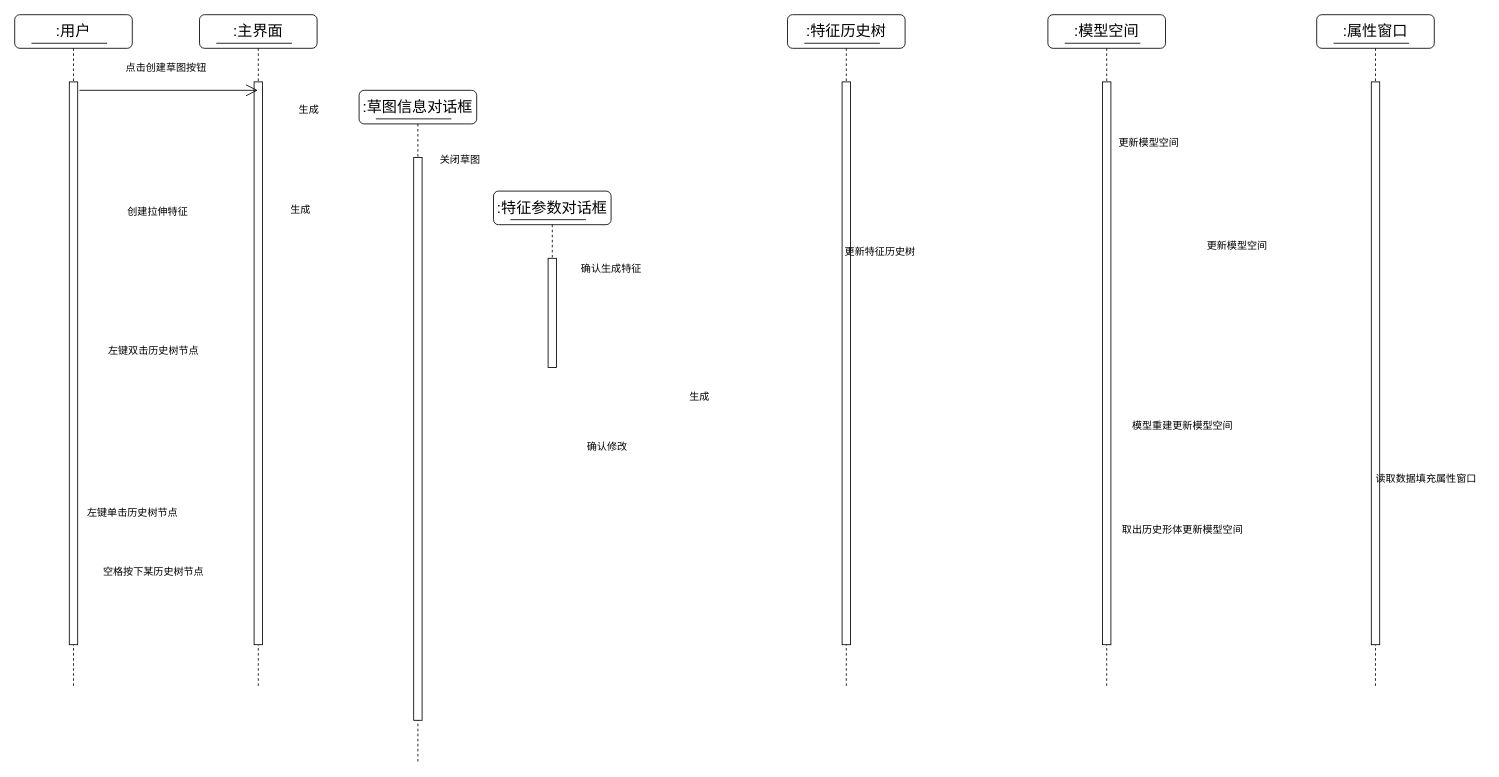
Earlier version of the draw.io diagram 界面交互时序图.drawio (liuhuliuhu123/First-test). Source tidied: cells renumbered, new cells numbered last; positions are measured from the earlier drawing's top-left corner, leaving out a move shared by most shapes. Both pictures are drawn from the tidied source at 84%, with x=0, y=0 at pixel (14, 14).
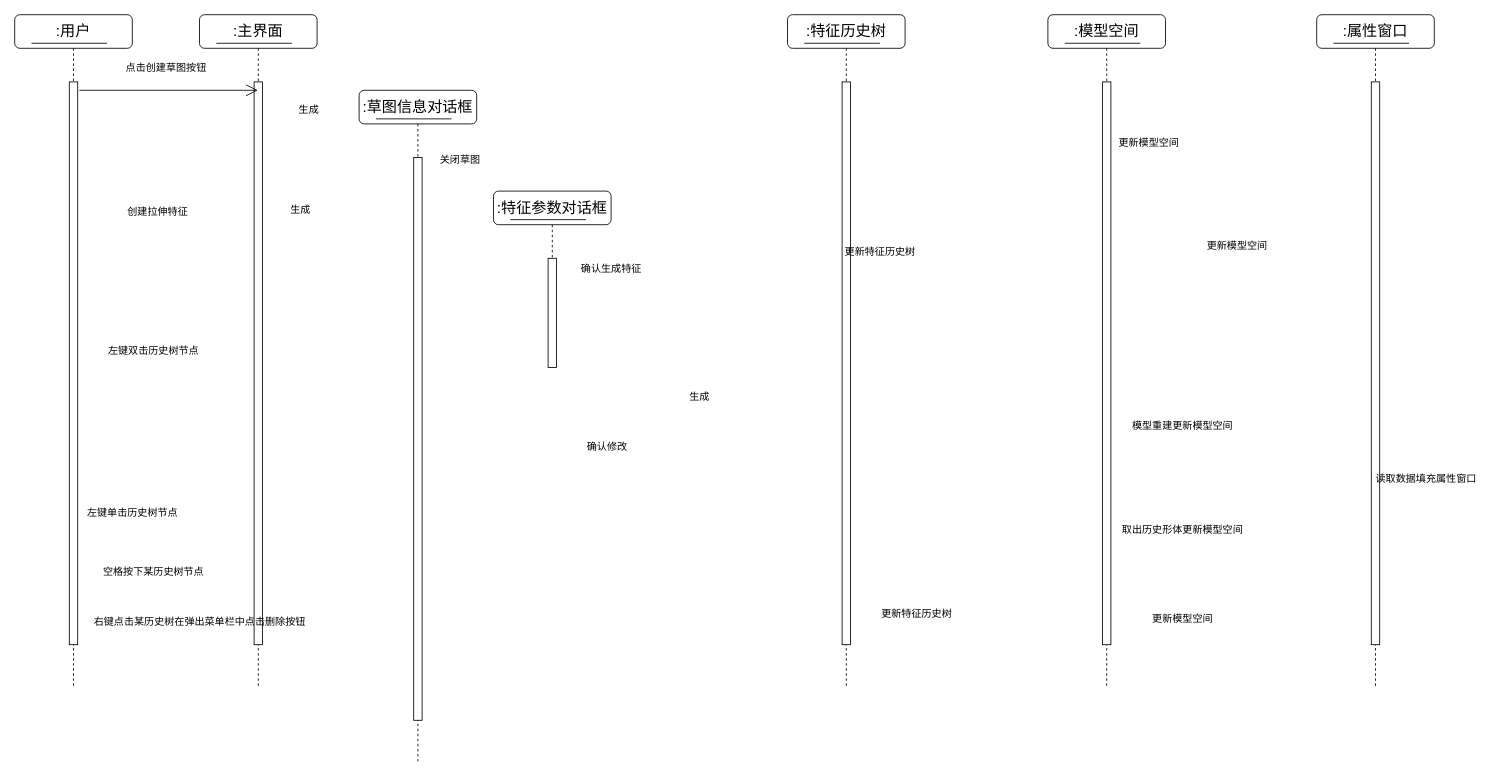
After the change.

Commit message (it also covers changes not shown here):
更新界面交互时序图.drawio

The change refers to these unchanged cells:
```xml
<mxCell id="2" value="&lt;font style=&quot;font-size: 18px;&quot; face=&quot;Noto Sans Simplified Chinese&quot;&gt;:主界面&lt;/font&gt;" style="shape=umlLifeline;perimeter=lifelinePerimeter;whiteSpace=wrap;html=1;outlineConnect=0;rounded=1;shadow=0;comic=0;labelBackgroundColor=none;strokeWidth=1;fontFamily=Verdana;fontSize=12;align=center;" parent="1" vertex="1">
  <mxGeometry x="220" width="140" height="800" as="geometry" />
</mxCell>
```

The edit, as a diff of the source:
```diff
@@
+    <mxCell id="41" value="右键点击某历史树在弹出菜单栏中点击删除按钮" style="text;html=1;align=center;verticalAlign=middle;strokeColor=none;fillColor=none;" parent="2" vertex="1">
+      <mxGeometry x="-140" y="708" width="280" height="30" as="geometry" />
+    </mxCell>
@@
+    <mxCell id="42" value="&lt;span style=&quot;color: rgb(0, 0, 0); font-family: Helvetica; font-size: 12px; font-style: normal; font-variant-ligatures: normal; font-variant-caps: normal; font-weight: 400; letter-spacing: normal; orphans: 2; text-align: center; text-indent: 0px; text-transform: none; widows: 2; word-spacing: 0px; -webkit-text-stroke-width: 0px; background-color: rgb(251, 251, 251); text-decoration-thickness: initial; text-decoration-style: initial; text-decoration-color: initial; float: none; display: inline !important;&quot;&gt;更新特征历史树&lt;/span&gt;" style="text;whiteSpace=wrap;html=1;" parent="1" vertex="1">
+      <mxGeometry x="1030" y="700" width="120" height="40" as="geometry" />
+    </mxCell>
+    <mxCell id="43" value="更新模型空间" style="text;html=1;align=center;verticalAlign=middle;strokeColor=none;fillColor=none;" parent="1" vertex="1">
+      <mxGeometry x="1340" y="705" width="100" height="30" as="geometry" />
+    </mxCell>
```
